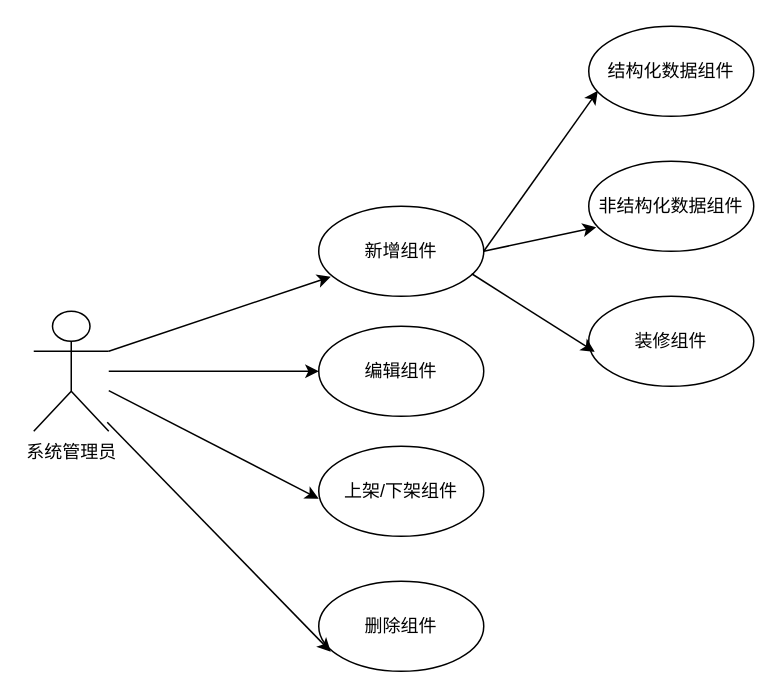
Before: 3.3.2 组件库维护功能 -1 .drawio in yuxinyu12345/diagrams, a draw.io diagram. Source tidied: cells renumbered, new cells numbered last; positions are measured from the earlier drawing's top-left corner, leaving out a move shared by most shapes. Both pictures are drawn from the tidied source at 150%, with x=0, y=0 at pixel (33, 26).
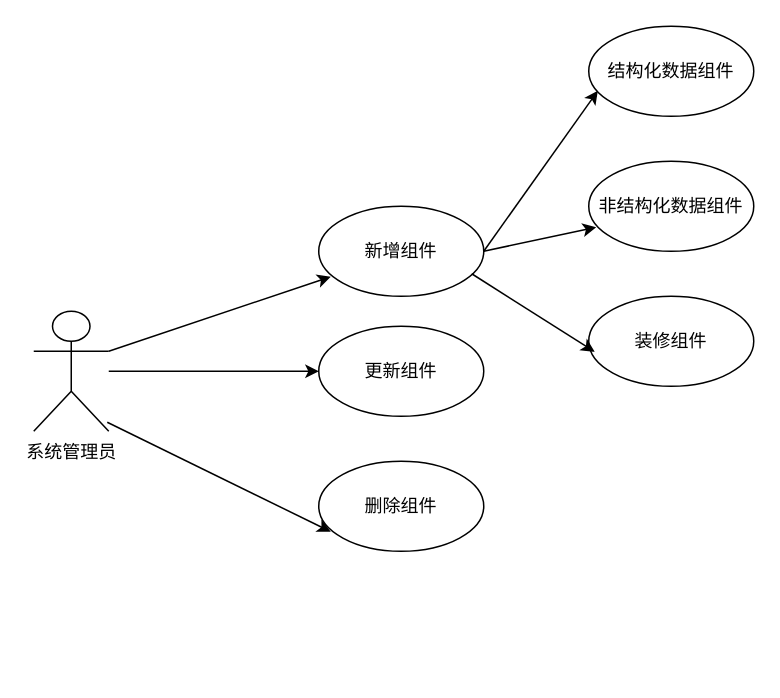
Above is the later version.

Commit message (it also covers changes not shown here):
更新3.3.2 组件库维护功能 -1 .drawio

The edit, as a diff of the source:
```diff
@@
 <mxGraphModel>
   <root>
     <mxCell id="0" />
     <mxCell id="1" parent="0" />
     <mxCell id="2" value="系统管理员" style="shape=umlActor;verticalLabelPosition=bottom;verticalAlign=top;html=1;" parent="1" vertex="1">
       <mxGeometry y="190" width="50" height="80" as="geometry" />
     </mxCell>
     <mxCell id="3" value="新增组件" style="ellipse;whiteSpace=wrap;html=1;" parent="1" vertex="1">
       <mxGeometry x="190" y="120" width="110" height="60" as="geometry" />
     </mxCell>
-    <mxCell id="4" value="编辑组件" style="ellipse;whiteSpace=wrap;html=1;" parent="1" vertex="1">
+    <mxCell id="4" value="更新组件" style="ellipse;whiteSpace=wrap;html=1;" parent="1" vertex="1">
       <mxGeometry x="190" y="200" width="110" height="60" as="geometry" />
     </mxCell>
-    <mxCell id="5" value="上架/下架组件" style="ellipse;whiteSpace=wrap;html=1;" parent="1" vertex="1">
-      <mxGeometry x="190" y="280" width="110" height="60" as="geometry" />
-    </mxCell>
     <mxCell id="6" value="删除组件" style="ellipse;whiteSpace=wrap;html=1;" parent="1" vertex="1">
-      <mxGeometry x="190" y="370" width="110" height="60" as="geometry" />
+      <mxGeometry x="190" y="290" width="110" height="60" as="geometry" />
     </mxCell>
     <mxCell id="7" style="endArrow=classic;html=1;rounded=0;exitX=1;exitY=0.3333333333333333;exitDx=0;exitDy=0;exitPerimeter=0;entryX=0.073;entryY=0.783;entryDx=0;entryDy=0;entryPerimeter=0;" parent="1" edge="1" source="2" target="3">
       <mxGeometry relative="1" as="geometry" />
     </mxCell>
     <mxCell id="8" style="endArrow=classic;html=1;rounded=0;" parent="1" edge="1" source="2" target="4">
       <mxGeometry relative="1" as="geometry" />
     </mxCell>
-    <mxCell id="9" style="endArrow=classic;html=1;rounded=0;entryX=0.064;entryY=0.7;entryDx=0;entryDy=0;entryPerimeter=0;" parent="1" edge="1" source="2">
-      <mxGeometry relative="1" as="geometry">
-        <mxPoint x="190" y="315" as="targetPoint" />
-      </mxGeometry>
-    </mxCell>
     <mxCell id="10" style="endArrow=classic;html=1;rounded=0;entryX=0.073;entryY=0.783;entryDx=0;entryDy=0;entryPerimeter=0;exitX=0.98;exitY=0.925;exitDx=0;exitDy=0;exitPerimeter=0;" parent="1" edge="1" source="2" target="6">
       <mxGeometry relative="1" as="geometry" />
     </mxCell>
     <mxCell id="11" value="结构化数据组件" style="ellipse;whiteSpace=wrap;html=1;" parent="1" vertex="1">
       <mxGeometry x="370" width="110" height="60" as="geometry" />
     </mxCell>
     <mxCell id="12" value="装修组件" style="ellipse;whiteSpace=wrap;html=1;" parent="1" vertex="1">
       <mxGeometry x="370" y="180" width="110" height="60" as="geometry" />
     </mxCell>
     <mxCell id="13" value="非结构化数据组件" style="ellipse;whiteSpace=wrap;html=1;" parent="1" vertex="1">
       <mxGeometry x="370" y="90" width="110" height="60" as="geometry" />
     </mxCell>
     <mxCell id="14" style="endArrow=classic;html=1;rounded=0;exitX=1;exitY=0.5;exitDx=0;exitDy=0;entryX=0.055;entryY=0.717;entryDx=0;entryDy=0;entryPerimeter=0;" parent="1" edge="1" source="3" target="11">
       <mxGeometry relative="1" as="geometry" />
     </mxCell>
     <mxCell id="15" style="endArrow=classic;html=1;rounded=0;exitX=1;exitY=0.5;exitDx=0;exitDy=0;entryX=0.045;entryY=0.733;entryDx=0;entryDy=0;entryPerimeter=0;" parent="1" edge="1" source="3" target="13">
       <mxGeometry relative="1" as="geometry" />
     </mxCell>
     <mxCell id="16" style="endArrow=classic;html=1;rounded=0;exitX=0.927;exitY=0.75;exitDx=0;exitDy=0;exitPerimeter=0;entryX=0.036;entryY=0.617;entryDx=0;entryDy=0;entryPerimeter=0;" parent="1" edge="1" source="3" target="12">
       <mxGeometry relative="1" as="geometry" />
     </mxCell>
   </root>
 </mxGraphModel>
```
